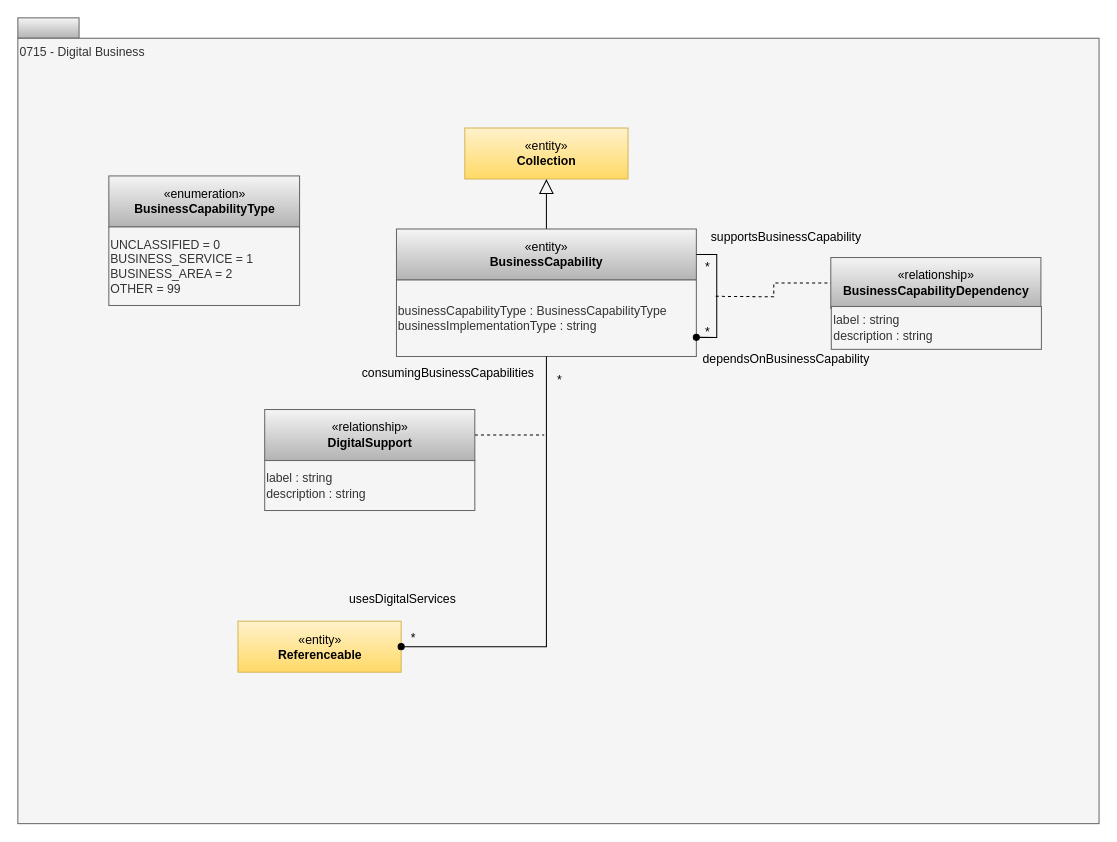
Above: page "0715-Digital-Business" (5 of 18) of site/docs/types/7/area-7-lineage.drawio in odpi/egeria-docs (draw.io), before the change. Source tidied: cells renumbered, new cells numbered last; positions are measured from the earlier drawing's top-left corner, leaving out a move shared by most shapes. Both pictures are drawn from the tidied source at 102%, with x=0, y=0 at pixel (17, 17).
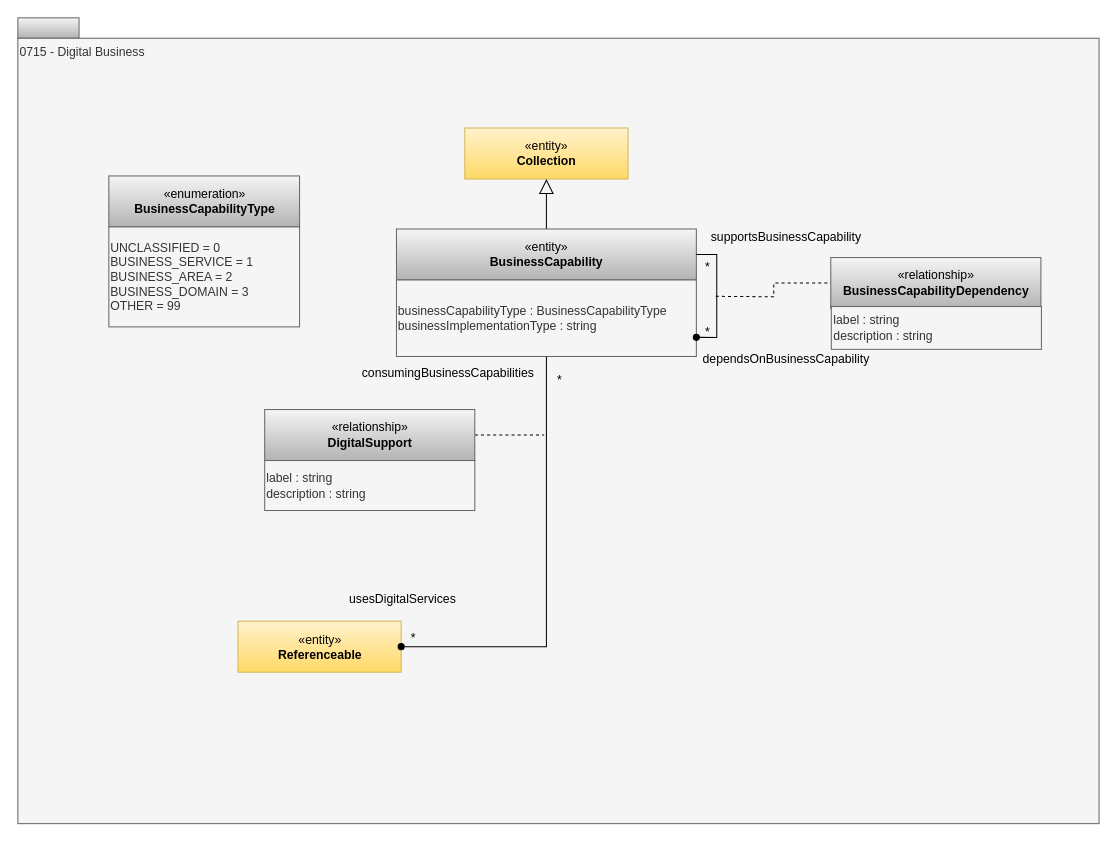
Above is the later version.

What changed in the source:
```diff
@@
-    <mxCell id="9" value="UNCLASSIFIED = 0&lt;br&gt;BUSINESS_SERVICE = 1&lt;br&gt;BUSINESS_AREA = 2&lt;br&gt;OTHER = 99" style="rounded=0;whiteSpace=wrap;html=1;strokeColor=#666666;align=left;fillColor=#f5f5f5;fontColor=#333333;" parent="1" vertex="1">
-      <mxGeometry x="89.2" y="205" width="187" height="77" as="geometry" />
+    <mxCell id="9" value="UNCLASSIFIED = 0&lt;br&gt;BUSINESS_SERVICE = 1&lt;br&gt;BUSINESS_AREA = 2&lt;div&gt;BUSINESS_DOMAIN = 3&lt;br&gt;OTHER = 99&lt;/div&gt;" style="rounded=0;whiteSpace=wrap;html=1;strokeColor=#666666;align=left;fillColor=#f5f5f5;fontColor=#333333;" parent="1" vertex="1">
+      <mxGeometry x="89.2" y="205" width="187" height="98" as="geometry" />
     </mxCell>
```
